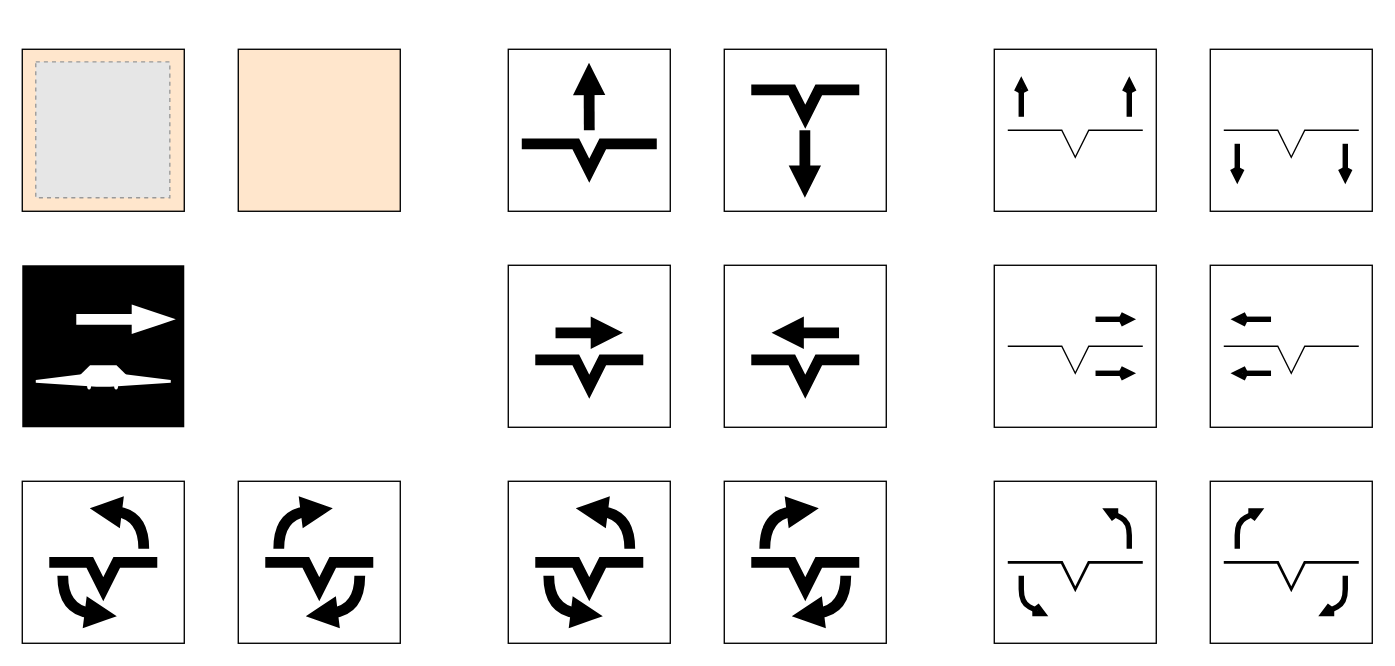
The draw.io diagram src/aeromaze/docs/commands.drawio in boytchev/scorm, before the edit. Source tidied: cells renumbered, new cells numbered last; positions are measured from the earlier drawing's top-left corner, leaving out a move shared by most shapes. Both pictures are drawn from the tidied source at 135%, with x=0, y=0 at pixel (22, 1). Pictures stored in the file or linked from it are replaced by grey dashed boxes.
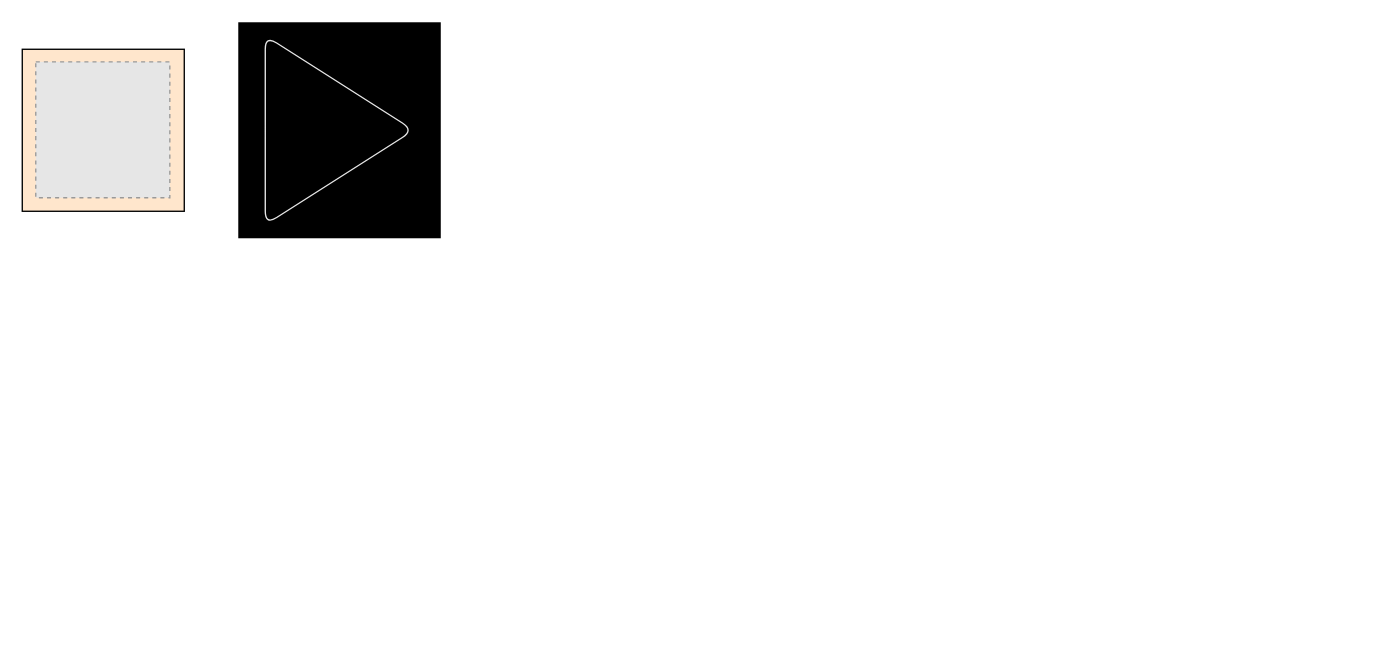
The same diagram, later.

The edit, as a diff of the source:
```diff
@@
-    <mxCell id="3" style="rounded=0;whiteSpace=wrap;html=1;fillColor=none;" parent="1" vertex="1">
-      <mxGeometry x="720" y="355" width="120" height="120" as="geometry" />
-    </mxCell>
-    <mxCell id="4" style="rounded=0;whiteSpace=wrap;html=1;fillColor=none;" parent="1" vertex="1">
-      <mxGeometry x="360" y="35" width="120" height="120" as="geometry" />
-    </mxCell>
-    <mxCell id="5" style="rounded=0;whiteSpace=wrap;html=1;fillColor=none;" parent="1" vertex="1">
-      <mxGeometry x="520" y="35" width="120" height="120" as="geometry" />
-    </mxCell>
-    <mxCell id="6" style="rounded=0;whiteSpace=wrap;html=1;fillColor=none;" parent="1" vertex="1">
-      <mxGeometry x="360" y="195" width="120" height="120" as="geometry" />
-    </mxCell>
-    <mxCell id="7" style="rounded=0;whiteSpace=wrap;html=1;fillColor=none;" parent="1" vertex="1">
-      <mxGeometry x="520" y="195" width="120" height="120" as="geometry" />
-    </mxCell>
-    <mxCell id="8" style="rounded=0;whiteSpace=wrap;html=1;fillColor=none;" parent="1" vertex="1">
-      <mxGeometry x="360" y="355" width="120" height="120" as="geometry" />
-    </mxCell>
-    <mxCell id="9" style="rounded=0;whiteSpace=wrap;html=1;fillColor=none;" parent="1" vertex="1">
-      <mxGeometry x="520" y="355" width="120" height="120" as="geometry" />
-    </mxCell>
-    <mxCell id="10" style="endArrow=block;html=1;rounded=0;endFill=1;strokeWidth=8;endSize=3;" parent="1" edge="1">
-      <mxGeometry relative="1" as="geometry">
-        <mxPoint x="420" y="95" as="sourcePoint" />
-        <mxPoint x="419.8" y="45" as="targetPoint" />
-      </mxGeometry>
-    </mxCell>
-    <mxCell id="11" style="endArrow=none;html=1;rounded=0;endSize=3;strokeWidth=8;" parent="1" edge="1">
-      <mxGeometry relative="1" as="geometry">
-        <mxPoint x="370" y="105" as="sourcePoint" />
-        <mxPoint x="470" y="105" as="targetPoint" />
-        <Array as="points">
-          <mxPoint x="410" y="105" />
-          <mxPoint x="420" y="125" />
-          <mxPoint x="430" y="105" />
-        </Array>
-      </mxGeometry>
-    </mxCell>
-    <mxCell id="12" style="endArrow=block;html=1;rounded=0;endFill=1;strokeWidth=8;endSize=3;" parent="1" edge="1">
-      <mxGeometry relative="1" as="geometry">
-        <mxPoint x="579.7" y="95" as="sourcePoint" />
-        <mxPoint x="579.7" y="145" as="targetPoint" />
-      </mxGeometry>
-    </mxCell>
-    <mxCell id="13" style="endArrow=none;html=1;rounded=0;endSize=3;strokeWidth=8;" parent="1" edge="1">
-      <mxGeometry relative="1" as="geometry">
-        <mxPoint x="540" y="65" as="sourcePoint" />
-        <mxPoint x="620" y="65" as="targetPoint" />
-        <Array as="points">
-          <mxPoint x="570" y="65" />
-          <mxPoint x="580" y="85" />
-          <mxPoint x="590" y="65" />
-        </Array>
-      </mxGeometry>
-    </mxCell>
-    <mxCell id="14" style="endArrow=block;html=1;rounded=0;endFill=1;strokeWidth=8;endSize=3;" parent="1" edge="1">
-      <mxGeometry relative="1" as="geometry">
-        <mxPoint x="395" y="245" as="sourcePoint" />
-        <mxPoint x="445" y="245" as="targetPoint" />
-      </mxGeometry>
-    </mxCell>
-    <mxCell id="15" style="endArrow=none;html=1;rounded=0;endSize=3;strokeWidth=8;" parent="1" edge="1">
-      <mxGeometry relative="1" as="geometry">
-        <mxPoint x="380" y="265" as="sourcePoint" />
-        <mxPoint x="460" y="265" as="targetPoint" />
-        <Array as="points">
-          <mxPoint x="410" y="265" />
-          <mxPoint x="420" y="285" />
-          <mxPoint x="430" y="265" />
-        </Array>
-      </mxGeometry>
-    </mxCell>
-    <mxCell id="16" style="endArrow=block;html=1;rounded=0;endFill=1;strokeWidth=8;endSize=3;" parent="1" edge="1">
-      <mxGeometry relative="1" as="geometry">
-        <mxPoint x="605" y="245" as="sourcePoint" />
-        <mxPoint x="555" y="245" as="targetPoint" />
-      </mxGeometry>
-    </mxCell>
-    <mxCell id="17" style="endArrow=none;html=1;rounded=0;endSize=3;strokeWidth=8;" parent="1" edge="1">
-      <mxGeometry relative="1" as="geometry">
-        <mxPoint x="540" y="265" as="sourcePoint" />
-        <mxPoint x="620" y="265" as="targetPoint" />
-        <Array as="points">
-          <mxPoint x="570" y="265" />
-          <mxPoint x="580" y="285" />
-          <mxPoint x="590" y="265" />
-        </Array>
-      </mxGeometry>
-    </mxCell>
-    <mxCell id="18" style="endArrow=none;html=1;rounded=0;endSize=3;strokeWidth=8;" parent="1" edge="1">
-      <mxGeometry relative="1" as="geometry">
-        <mxPoint x="380" y="415" as="sourcePoint" />
-        <mxPoint x="460" y="415" as="targetPoint" />
-        <Array as="points">
-          <mxPoint x="410" y="415" />
-          <mxPoint x="420" y="435" />
-          <mxPoint x="430" y="415" />
-        </Array>
-      </mxGeometry>
-    </mxCell>
-    <mxCell id="19" style="endArrow=block;html=1;endFill=1;strokeWidth=8;endSize=3;curved=1;" parent="1" edge="1">
-      <mxGeometry relative="1" as="geometry">
-        <mxPoint x="450" y="405" as="sourcePoint" />
-        <mxPoint x="410" y="375" as="targetPoint" />
-        <Array as="points">
-          <mxPoint x="450" y="380" />
-        </Array>
-      </mxGeometry>
-    </mxCell>
-    <mxCell id="20" style="endArrow=block;html=1;endFill=1;strokeWidth=8;endSize=3;curved=1;" parent="1" edge="1">
-      <mxGeometry relative="1" as="geometry">
-        <mxPoint x="390" y="425" as="sourcePoint" />
-        <mxPoint x="430" y="455" as="targetPoint" />
-        <Array as="points">
-          <mxPoint x="390" y="450" />
-        </Array>
-      </mxGeometry>
-    </mxCell>
-    <mxCell id="21" style="endArrow=none;html=1;rounded=0;endSize=3;strokeWidth=8;" parent="1" edge="1">
-      <mxGeometry relative="1" as="geometry">
-        <mxPoint x="540" y="415" as="sourcePoint" />
-        <mxPoint x="620" y="415" as="targetPoint" />
-        <Array as="points">
-          <mxPoint x="570" y="415" />
-          <mxPoint x="580" y="435" />
-          <mxPoint x="590" y="415" />
-        </Array>
-      </mxGeometry>
-    </mxCell>
-    <mxCell id="22" style="endArrow=block;html=1;endFill=1;strokeWidth=8;endSize=3;curved=1;" parent="1" edge="1">
-      <mxGeometry relative="1" as="geometry">
-        <mxPoint x="550" y="405" as="sourcePoint" />
-        <mxPoint x="590" y="375" as="targetPoint" />
-        <Array as="points">
-          <mxPoint x="550" y="380" />
-        </Array>
-      </mxGeometry>
-    </mxCell>
-    <mxCell id="23" style="endArrow=block;html=1;endFill=1;strokeWidth=8;endSize=3;curved=1;" parent="1" edge="1">
-      <mxGeometry relative="1" as="geometry">
-        <mxPoint x="610" y="425" as="sourcePoint" />
-        <mxPoint x="570" y="455" as="targetPoint" />
-        <Array as="points">
-          <mxPoint x="610" y="450" />
-        </Array>
-      </mxGeometry>
-    </mxCell>
-    <mxCell id="24" style="rounded=0;whiteSpace=wrap;html=1;fillColor=none;" parent="1" vertex="1">
-      <mxGeometry x="720" y="195" width="120" height="120" as="geometry" />
-    </mxCell>
-    <mxCell id="25" style="rounded=0;whiteSpace=wrap;html=1;fillColor=none;" parent="1" vertex="1">
-      <mxGeometry x="880" y="195" width="120" height="120" as="geometry" />
-    </mxCell>
-    <mxCell id="26" style="endArrow=none;html=1;rounded=0;endSize=3;strokeWidth=1;" parent="1" edge="1">
-      <mxGeometry relative="1" as="geometry">
-        <mxPoint x="730" y="255" as="sourcePoint" />
-        <mxPoint x="830" y="255" as="targetPoint" />
-        <Array as="points">
-          <mxPoint x="770" y="255" />
-          <mxPoint x="780" y="275" />
-          <mxPoint x="790" y="255" />
-        </Array>
-      </mxGeometry>
-    </mxCell>
-    <mxCell id="27" style="endArrow=none;html=1;rounded=0;endSize=3;strokeWidth=1;" parent="1" edge="1">
-      <mxGeometry relative="1" as="geometry">
-        <mxPoint x="890" y="255" as="sourcePoint" />
-        <mxPoint x="990" y="255" as="targetPoint" />
-        <Array as="points">
-          <mxPoint x="930" y="255" />
-          <mxPoint x="940" y="275" />
-          <mxPoint x="950" y="255" />
-        </Array>
-      </mxGeometry>
-    </mxCell>
-    <mxCell id="28" style="endArrow=none;html=1;rounded=0;endSize=3;strokeWidth=2;" parent="1" edge="1">
-      <mxGeometry relative="1" as="geometry">
-        <mxPoint x="730" y="415" as="sourcePoint" />
-        <mxPoint x="830" y="415" as="targetPoint" />
-        <Array as="points">
-          <mxPoint x="770" y="415" />
-          <mxPoint x="780" y="435" />
-          <mxPoint x="790" y="415" />
-        </Array>
-      </mxGeometry>
-    </mxCell>
-    <mxCell id="29" style="endArrow=open;html=1;rounded=1;endSize=3;strokeWidth=4;endFill=0;" parent="1" edge="1">
-      <mxGeometry relative="1" as="geometry">
-        <mxPoint x="925" y="235" as="sourcePoint" />
-        <mxPoint x="895" y="235" as="targetPoint" />
-      </mxGeometry>
-    </mxCell>
-    <mxCell id="30" style="endArrow=open;html=1;rounded=1;endSize=3;strokeWidth=4;endFill=0;" parent="1" edge="1">
-      <mxGeometry relative="1" as="geometry">
-        <mxPoint x="925" y="275" as="sourcePoint" />
-        <mxPoint x="895" y="275" as="targetPoint" />
-      </mxGeometry>
-    </mxCell>
-    <mxCell id="31" style="endArrow=open;html=1;rounded=1;endSize=3;strokeWidth=4;endFill=0;" parent="1" edge="1">
-      <mxGeometry relative="1" as="geometry">
-        <mxPoint x="795" y="275" as="sourcePoint" />
-        <mxPoint x="825" y="275" as="targetPoint" />
-      </mxGeometry>
-    </mxCell>
-    <mxCell id="32" style="endArrow=open;html=1;rounded=1;endSize=3;strokeWidth=4;endFill=0;" parent="1" edge="1">
-      <mxGeometry relative="1" as="geometry">
-        <mxPoint x="795" y="235" as="sourcePoint" />
-        <mxPoint x="825" y="235" as="targetPoint" />
-      </mxGeometry>
-    </mxCell>
-    <mxCell id="33" style="rounded=0;whiteSpace=wrap;html=1;fillColor=none;" parent="1" vertex="1">
-      <mxGeometry x="720" y="35" width="120" height="120" as="geometry" />
-    </mxCell>
-    <mxCell id="34" style="rounded=0;whiteSpace=wrap;html=1;fillColor=none;" parent="1" vertex="1">
-      <mxGeometry x="880" y="35" width="120" height="120" as="geometry" />
-    </mxCell>
-    <mxCell id="35" style="endArrow=none;html=1;rounded=0;endSize=3;strokeWidth=1;" parent="1" edge="1">
-      <mxGeometry relative="1" as="geometry">
-        <mxPoint x="730" y="95" as="sourcePoint" />
-        <mxPoint x="830" y="95" as="targetPoint" />
-        <Array as="points">
-          <mxPoint x="770" y="95" />
-          <mxPoint x="780" y="115" />
-          <mxPoint x="790" y="95" />
-        </Array>
-      </mxGeometry>
-    </mxCell>
-    <mxCell id="36" style="endArrow=none;html=1;rounded=0;endSize=3;strokeWidth=1;" parent="1" edge="1">
-      <mxGeometry relative="1" as="geometry">
-        <mxPoint x="890" y="95" as="sourcePoint" />
-        <mxPoint x="990" y="95" as="targetPoint" />
-        <Array as="points">
-          <mxPoint x="930" y="95" />
-          <mxPoint x="940" y="115" />
-          <mxPoint x="950" y="95" />
-        </Array>
-      </mxGeometry>
-    </mxCell>
-    <mxCell id="37" style="endArrow=open;html=1;rounded=1;endSize=3;strokeWidth=4;endFill=0;" parent="1" edge="1">
-      <mxGeometry relative="1" as="geometry">
-        <mxPoint x="820" y="85" as="sourcePoint" />
-        <mxPoint x="820" y="55" as="targetPoint" />
-      </mxGeometry>
-    </mxCell>
-    <mxCell id="38" style="endArrow=open;html=1;rounded=1;endSize=3;strokeWidth=4;endFill=0;" parent="1" edge="1">
-      <mxGeometry relative="1" as="geometry">
-        <mxPoint x="900" y="105" as="sourcePoint" />
-        <mxPoint x="900" y="135" as="targetPoint" />
-      </mxGeometry>
-    </mxCell>
-    <mxCell id="39" style="endArrow=open;html=1;rounded=1;endSize=3;strokeWidth=4;endFill=0;" parent="1" edge="1">
-      <mxGeometry relative="1" as="geometry">
-        <mxPoint x="740" y="85" as="sourcePoint" />
-        <mxPoint x="740" y="55" as="targetPoint" />
-      </mxGeometry>
-    </mxCell>
-    <mxCell id="40" style="endArrow=open;html=1;rounded=1;endSize=3;strokeWidth=4;endFill=0;" parent="1" edge="1">
-      <mxGeometry relative="1" as="geometry">
-        <mxPoint x="980" y="105" as="sourcePoint" />
-        <mxPoint x="980" y="135" as="targetPoint" />
-      </mxGeometry>
-    </mxCell>
-    <mxCell id="41" style="rounded=0;whiteSpace=wrap;html=1;fillColor=none;" parent="1" vertex="1">
-      <mxGeometry x="880" y="355" width="120" height="120" as="geometry" />
-    </mxCell>
-    <mxCell id="42" style="endArrow=none;html=1;rounded=0;endSize=3;strokeWidth=2;" parent="1" edge="1">
-      <mxGeometry relative="1" as="geometry">
-        <mxPoint x="890" y="415" as="sourcePoint" />
-        <mxPoint x="990" y="415" as="targetPoint" />
-        <Array as="points">
-          <mxPoint x="930" y="415" />
-          <mxPoint x="940" y="435" />
-          <mxPoint x="950" y="415" />
-        </Array>
-      </mxGeometry>
-    </mxCell>
-    <mxCell id="43" style="endArrow=open;html=1;rounded=1;endSize=3;strokeWidth=4;endFill=0;" parent="1" edge="1">
-      <mxGeometry relative="1" as="geometry">
-        <mxPoint x="820" y="405" as="sourcePoint" />
-        <mxPoint x="800" y="375" as="targetPoint" />
-        <Array as="points">
-          <mxPoint x="820" y="385" />
-        </Array>
-      </mxGeometry>
-    </mxCell>
-    <mxCell id="44" style="endArrow=open;html=1;rounded=1;endSize=3;strokeWidth=4;endFill=0;" parent="1" edge="1">
-      <mxGeometry relative="1" as="geometry">
-        <mxPoint x="900" y="405" as="sourcePoint" />
-        <mxPoint x="920" y="375" as="targetPoint" />
-        <Array as="points">
-          <mxPoint x="900" y="385" />
-        </Array>
-      </mxGeometry>
-    </mxCell>
-    <mxCell id="45" style="endArrow=open;html=1;rounded=1;endSize=3;strokeWidth=4;endFill=0;" parent="1" edge="1">
-      <mxGeometry relative="1" as="geometry">
-        <mxPoint x="980" y="425" as="sourcePoint" />
-        <mxPoint x="960" y="455" as="targetPoint" />
-        <Array as="points">
-          <mxPoint x="980" y="445" />
-        </Array>
-      </mxGeometry>
-    </mxCell>
-    <mxCell id="46" style="endArrow=open;html=1;rounded=1;endSize=3;strokeWidth=4;endFill=0;" parent="1" edge="1">
-      <mxGeometry relative="1" as="geometry">
-        <mxPoint x="740" y="425" as="sourcePoint" />
-        <mxPoint x="760" y="455" as="targetPoint" />
-        <Array as="points">
-          <mxPoint x="740" y="445" />
-        </Array>
-      </mxGeometry>
-    </mxCell>
-    <mxCell id="47" style="rounded=0;whiteSpace=wrap;html=1;fillColor=none;" parent="1" vertex="1">
-      <mxGeometry y="355" width="120" height="120" as="geometry" />
-    </mxCell>
-    <mxCell id="48" style="rounded=0;whiteSpace=wrap;html=1;fillColor=none;" parent="1" vertex="1">
-      <mxGeometry x="160" y="355" width="120" height="120" as="geometry" />
-    </mxCell>
-    <mxCell id="49" style="endArrow=none;html=1;rounded=0;endSize=3;strokeWidth=8;" parent="1" edge="1">
-      <mxGeometry relative="1" as="geometry">
-        <mxPoint x="20" y="415" as="sourcePoint" />
-        <mxPoint x="100" y="415" as="targetPoint" />
-        <Array as="points">
-          <mxPoint x="50" y="415" />
-          <mxPoint x="60" y="435" />
-          <mxPoint x="70" y="415" />
-        </Array>
-      </mxGeometry>
-    </mxCell>
-    <mxCell id="50" style="endArrow=block;html=1;endFill=1;strokeWidth=8;endSize=3;curved=1;" parent="1" edge="1">
-      <mxGeometry relative="1" as="geometry">
-        <mxPoint x="90" y="405" as="sourcePoint" />
-        <mxPoint x="50" y="375" as="targetPoint" />
-        <Array as="points">
-          <mxPoint x="90" y="380" />
-        </Array>
-      </mxGeometry>
-    </mxCell>
-    <mxCell id="51" style="endArrow=block;html=1;endFill=1;strokeWidth=8;endSize=3;curved=1;" parent="1" edge="1">
-      <mxGeometry relative="1" as="geometry">
-        <mxPoint x="30" y="425" as="sourcePoint" />
-        <mxPoint x="70" y="455" as="targetPoint" />
-        <Array as="points">
-          <mxPoint x="30" y="450" />
-        </Array>
-      </mxGeometry>
-    </mxCell>
-    <mxCell id="52" style="endArrow=none;html=1;rounded=0;endSize=3;strokeWidth=8;" parent="1" edge="1">
-      <mxGeometry relative="1" as="geometry">
-        <mxPoint x="180" y="415" as="sourcePoint" />
-        <mxPoint x="260" y="415" as="targetPoint" />
-        <Array as="points">
-          <mxPoint x="210" y="415" />
-          <mxPoint x="220" y="435" />
-          <mxPoint x="230" y="415" />
-        </Array>
-      </mxGeometry>
-    </mxCell>
-    <mxCell id="53" style="endArrow=block;html=1;endFill=1;strokeWidth=8;endSize=3;curved=1;" parent="1" edge="1">
-      <mxGeometry relative="1" as="geometry">
-        <mxPoint x="190" y="405" as="sourcePoint" />
-        <mxPoint x="230" y="375" as="targetPoint" />
-        <Array as="points">
-          <mxPoint x="190" y="380" />
-        </Array>
-      </mxGeometry>
-    </mxCell>
-    <mxCell id="54" style="endArrow=block;html=1;endFill=1;strokeWidth=8;endSize=3;curved=1;" parent="1" edge="1">
-      <mxGeometry relative="1" as="geometry">
-        <mxPoint x="250" y="425" as="sourcePoint" />
-        <mxPoint x="210" y="455" as="targetPoint" />
-        <Array as="points">
-          <mxPoint x="250" y="450" />
-        </Array>
-      </mxGeometry>
-    </mxCell>
-    <mxCell id="55" style="group;" parent="1" vertex="1">
-      <mxGeometry x="170" width="100" height="100" as="geometry" />
-    </mxCell>
-    <mxCell id="56" style="verticalLabelPosition=bottom;verticalAlign=top;html=1;shape=mxgraph.basic.polygon;polyCoords=[[0.4,0.6],[0.6,0.6],[1,0.65],[1,0.67],[0.55,0.7],[0.45,0.7],[0,0.67],[0,0.65]];polyline=0;strokeColor=none;fillColor=#FFFFFF;" parent="55" vertex="1">
-      <mxGeometry width="100" height="100" as="geometry" />
-    </mxCell>
-    <mxCell id="57" style="rounded=0;whiteSpace=wrap;html=1;strokeColor=none;fillColor=#000000;" parent="1" vertex="1">
-      <mxGeometry y="195" width="120" height="120" as="geometry" />
-    </mxCell>
-    <mxCell id="58" style="endArrow=blockThin;html=1;rounded=0;endFill=1;strokeWidth=8;endSize=8;startArrow=none;startFill=0;startSize=6;strokeColor=#FFFFFF;" parent="1" edge="1">
-      <mxGeometry relative="1" as="geometry">
-        <mxPoint x="40" y="235" as="sourcePoint" />
-        <mxPoint x="110" y="235" as="targetPoint" />
-      </mxGeometry>
-    </mxCell>
-    <mxCell id="59" style="group;" parent="1" vertex="1">
-      <mxGeometry x="10" y="215" width="100" height="100" as="geometry" />
-    </mxCell>
-    <mxCell id="60" style="verticalLabelPosition=bottom;verticalAlign=top;html=1;shape=mxgraph.basic.polygon;polyCoords=[[0.4,0.6],[0.6,0.6],[1,0.65],[1,0.67],[0.55,0.7],[0.45,0.7],[0,0.67],[0,0.65]];polyline=0;strokeColor=none;fillColor=#FFFFFF;" parent="59" vertex="1">
-      <mxGeometry width="100" height="100" as="geometry" />
-    </mxCell>
-    <mxCell id="61" style="shape=trapezoid;perimeter=trapezoidPerimeter;whiteSpace=wrap;html=1;fixedSize=1;strokeColor=none;fillColor=#FFFFFF;size=10.20541268807871;" parent="59" vertex="1">
-      <mxGeometry x="30" y="54" width="40" height="10" as="geometry" />
-    </mxCell>
-    <mxCell id="62" style="ellipse;whiteSpace=wrap;html=1;strokeColor=none;fillColor=#FFFFFF;" parent="59" vertex="1">
-      <mxGeometry x="38" y="66" width="3" height="6" as="geometry" />
-    </mxCell>
-    <mxCell id="63" style="ellipse;whiteSpace=wrap;html=1;strokeColor=none;fillColor=#FFFFFF;" parent="59" vertex="1">
-      <mxGeometry x="58" y="66" width="3" height="6" as="geometry" />
-    </mxCell>
@@
-    <mxCell id="65" style="rounded=0;whiteSpace=wrap;html=1;strokeColor=#000000;fillColor=#ffe6cc;" parent="1" vertex="1">
-      <mxGeometry x="160" y="35" width="120" height="120" as="geometry" />
+    <mxCell id="65" style="rounded=0;whiteSpace=wrap;html=1;strokeColor=none;fillColor=#000000;" parent="1" vertex="1">
+      <mxGeometry x="160" y="15" width="150" height="160" as="geometry" />
     </mxCell>
+    <mxCell id="66" style="endArrow=none;html=1;rounded=1;strokeColor=#E6E6E6;strokeWidth=1;" parent="1" edge="1">
+      <mxGeometry relative="1" as="geometry">
+        <mxPoint x="180" y="95" as="sourcePoint" />
+        <mxPoint x="180" y="95" as="targetPoint" />
+        <Array as="points">
+          <mxPoint x="180" y="25" />
+          <mxPoint x="290" y="95" />
+          <mxPoint x="180" y="165" />
+        </Array>
+      </mxGeometry>
+    </mxCell>
```
